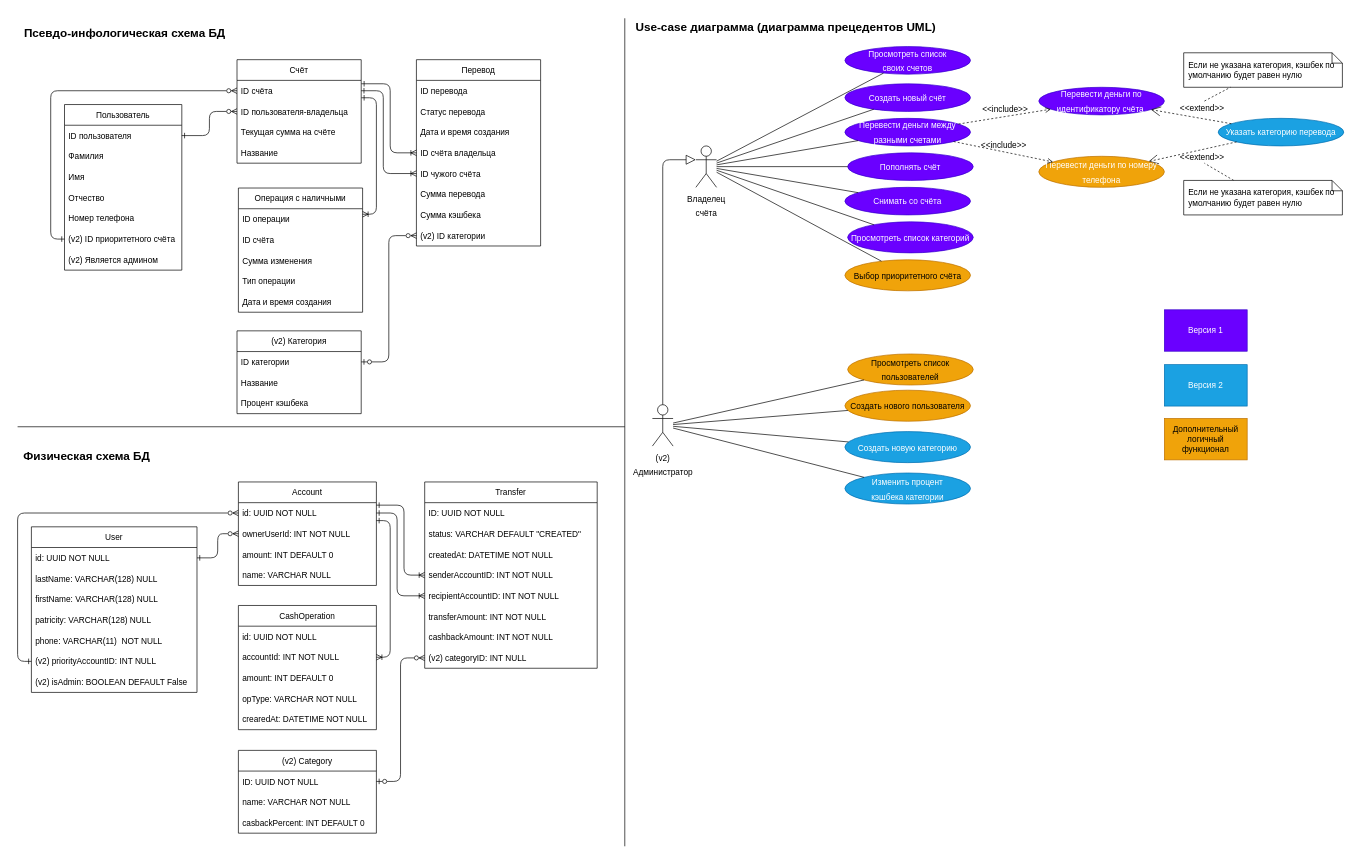
Before: erd.drawio in Glazkoff/scala-money, a draw.io diagram. Source tidied: cells renumbered, new cells numbered last; positions are measured from the earlier drawing's top-left corner, leaving out a move shared by most shapes. Both pictures are drawn from the tidied source at 69%, with x=0, y=0 at pixel (17, 12).
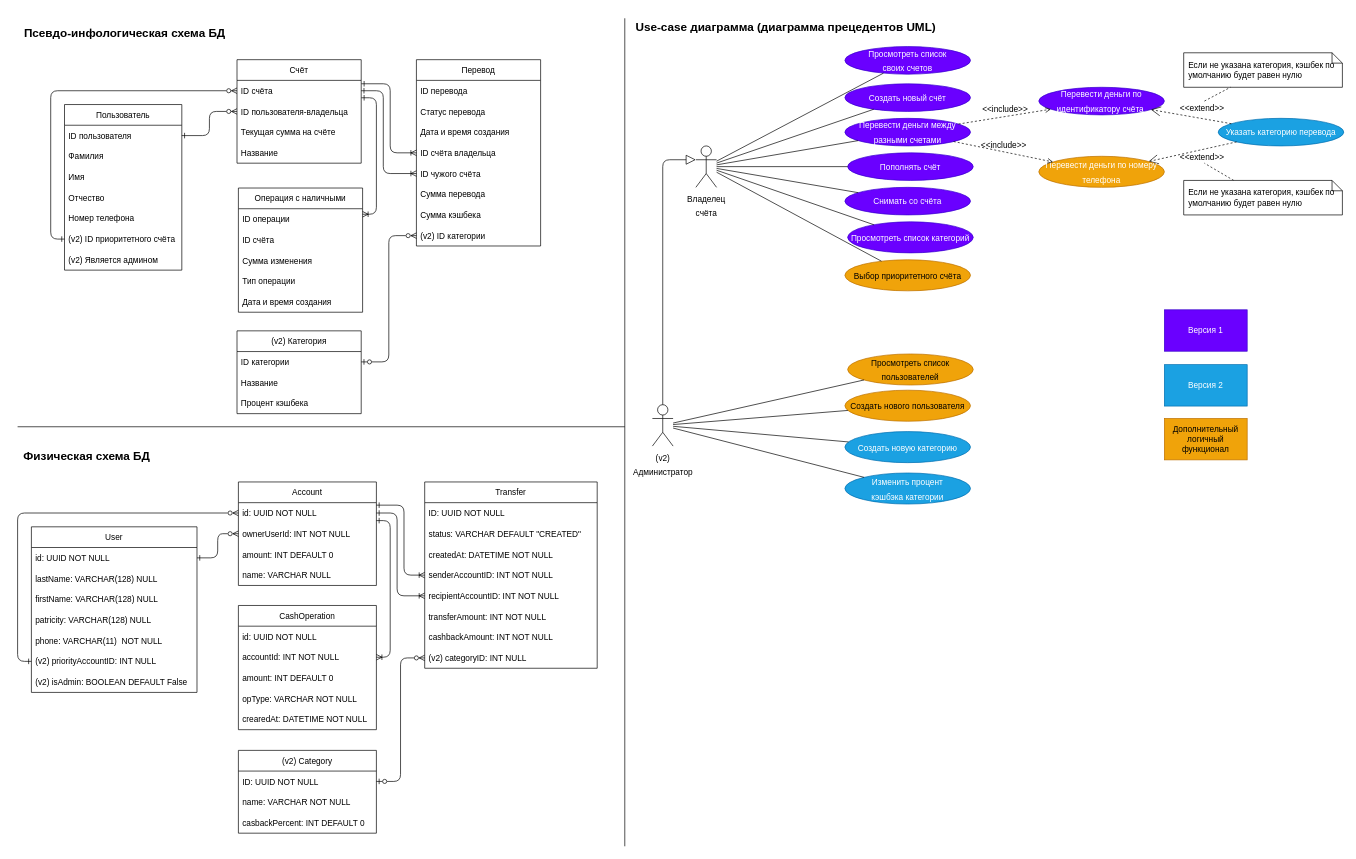
The same diagram, later.

Diff of the diagram source:
```diff
@@
-    <mxCell id="78" value="&lt;font style=&quot;font-size: 12px&quot;&gt;Изменить процент&lt;br&gt;кэшбека категории&lt;/font&gt;" style="ellipse;whiteSpace=wrap;html=1;fontSize=17;fillColor=#1ba1e2;strokeColor=#006EAF;fontColor=#ffffff;" parent="1" vertex="1">
+    <mxCell id="78" value="&lt;font style=&quot;font-size: 12px&quot;&gt;Изменить процент&lt;br&gt;кэшбэка категории&lt;/font&gt;" style="ellipse;whiteSpace=wrap;html=1;fontSize=17;fillColor=#1ba1e2;strokeColor=#006EAF;fontColor=#ffffff;" parent="1" vertex="1">
       <mxGeometry x="1199" y="668" width="182" height="45" as="geometry" />
     </mxCell>
```
